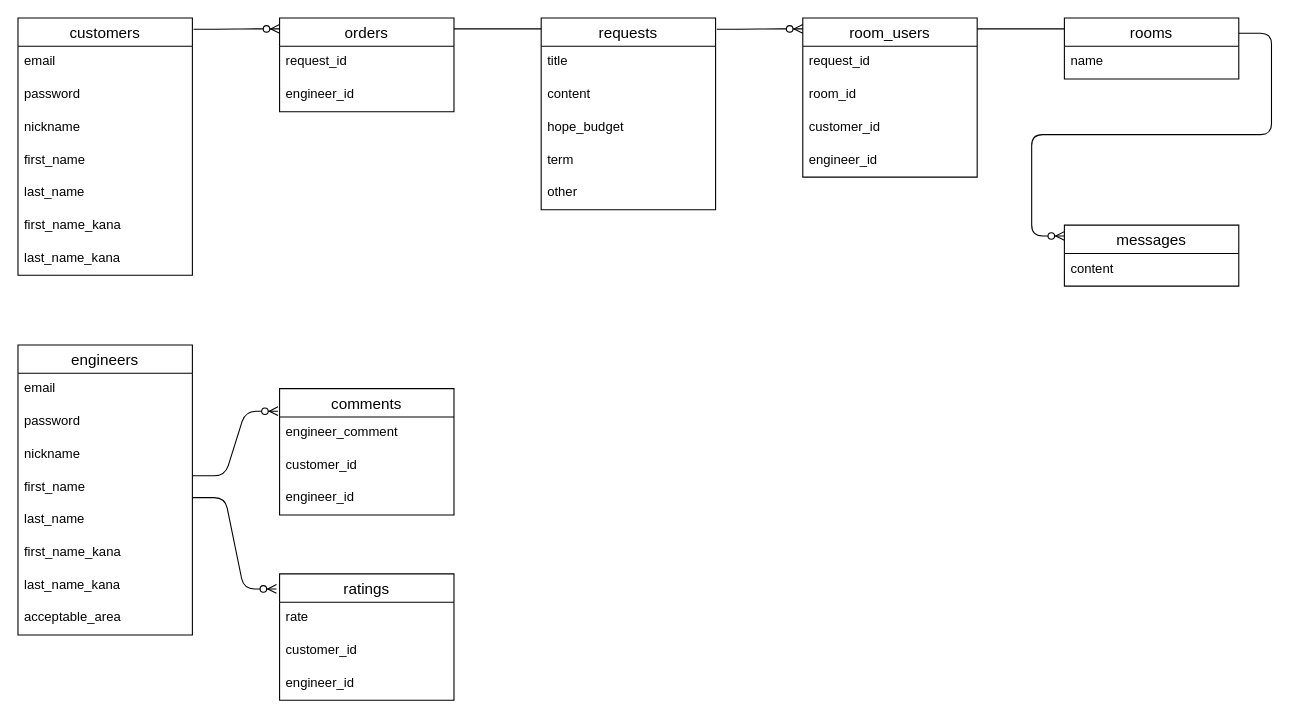
This is er.dio from ikun2019/exece_bridge, a draw.io file, before an edit. Source tidied: cells renumbered, new cells numbered last; positions are measured from the earlier drawing's top-left corner, leaving out a move shared by most shapes. Both pictures are drawn from the tidied source at 109%, with x=0, y=0 at pixel (17, 17).
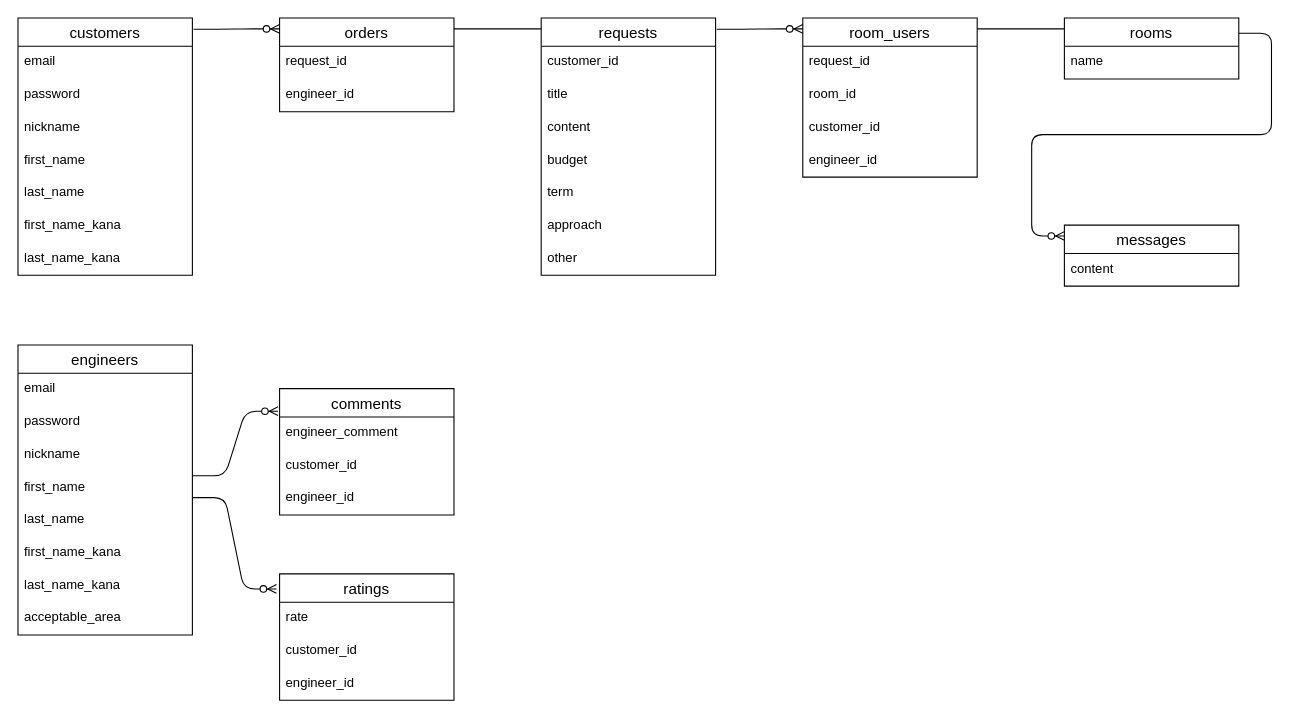
Above is the later version.

Diff of the diagram source:
```diff
@@
     <mxCell id="29" value="requests" style="swimlane;fontStyle=0;horizontal=1;startSize=26;align=center;fontSize=14;" parent="1" vertex="1">
-      <mxGeometry x="480" width="160" height="176" as="geometry" />
+      <mxGeometry x="480" width="160" height="236" as="geometry" />
     </mxCell>
+    <mxCell id="52" value="customer_id" style="text;strokeColor=none;fillColor=none;spacingLeft=4;spacingRight=4;overflow=hidden;fontSize=12;" parent="29" vertex="1">
+      <mxGeometry y="26" width="160" height="30" as="geometry" />
+    </mxCell>
     <mxCell id="30" value="title" style="text;strokeColor=none;fillColor=none;spacingLeft=4;spacingRight=4;overflow=hidden;fontSize=12;" parent="29" vertex="1">
-      <mxGeometry y="26" width="160" height="30" as="geometry" />
+      <mxGeometry y="56" width="160" height="30" as="geometry" />
     </mxCell>
     <mxCell id="31" value="content" style="text;strokeColor=none;fillColor=none;spacingLeft=4;spacingRight=4;overflow=hidden;fontSize=12;" parent="29" vertex="1">
-      <mxGeometry y="56" width="160" height="30" as="geometry" />
+      <mxGeometry y="86" width="160" height="30" as="geometry" />
     </mxCell>
-    <mxCell id="32" value="hope_budget" style="text;strokeColor=none;fillColor=none;spacingLeft=4;spacingRight=4;overflow=hidden;fontSize=12;" parent="29" vertex="1">
-      <mxGeometry y="86" width="160" height="30" as="geometry" />
+    <mxCell id="32" value="budget" style="text;strokeColor=none;fillColor=none;spacingLeft=4;spacingRight=4;overflow=hidden;fontSize=12;" parent="29" vertex="1">
+      <mxGeometry y="116" width="160" height="30" as="geometry" />
     </mxCell>
     <mxCell id="33" value="term" style="text;strokeColor=none;fillColor=none;spacingLeft=4;spacingRight=4;overflow=hidden;fontSize=12;" parent="29" vertex="1">
-      <mxGeometry y="116" width="160" height="30" as="geometry" />
+      <mxGeometry y="146" width="160" height="30" as="geometry" />
     </mxCell>
+    <mxCell id="53" value="approach" style="text;strokeColor=none;fillColor=none;spacingLeft=4;spacingRight=4;overflow=hidden;fontSize=12;" parent="29" vertex="1">
+      <mxGeometry y="176" width="160" height="30" as="geometry" />
+    </mxCell>
     <mxCell id="34" value="other" style="text;strokeColor=none;fillColor=none;spacingLeft=4;spacingRight=4;overflow=hidden;fontSize=12;" parent="29" vertex="1">
-      <mxGeometry y="146" width="160" height="30" as="geometry" />
+      <mxGeometry y="206" width="160" height="30" as="geometry" />
     </mxCell>
```
